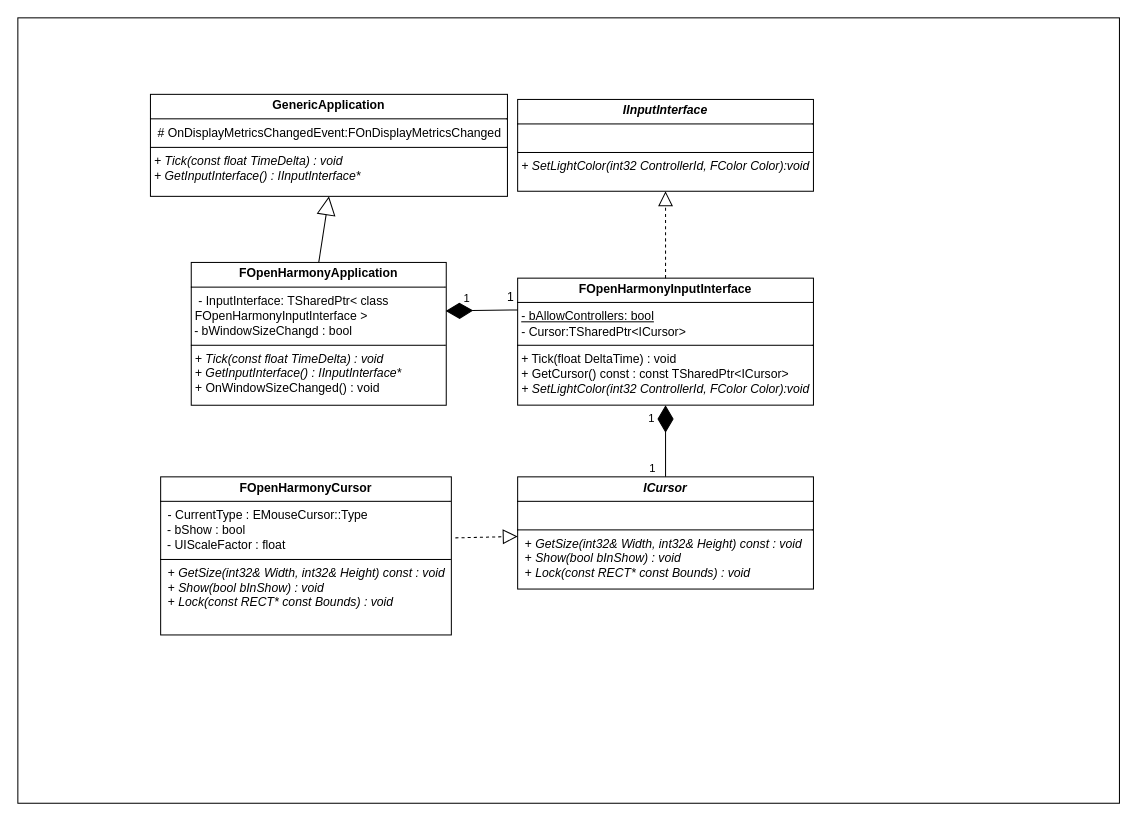
The draw.io diagram page "第 8 页" (8 of 9) of 未命名绘图.drawio in xiqiniu/xiqiniu.github.io, before the edit. Source tidied: cells renumbered, new cells numbered last; positions are measured from the earlier drawing's top-left corner, leaving out a move shared by most shapes. Both pictures are drawn from the tidied source at 102%, with x=0, y=0 at pixel (17, 17).
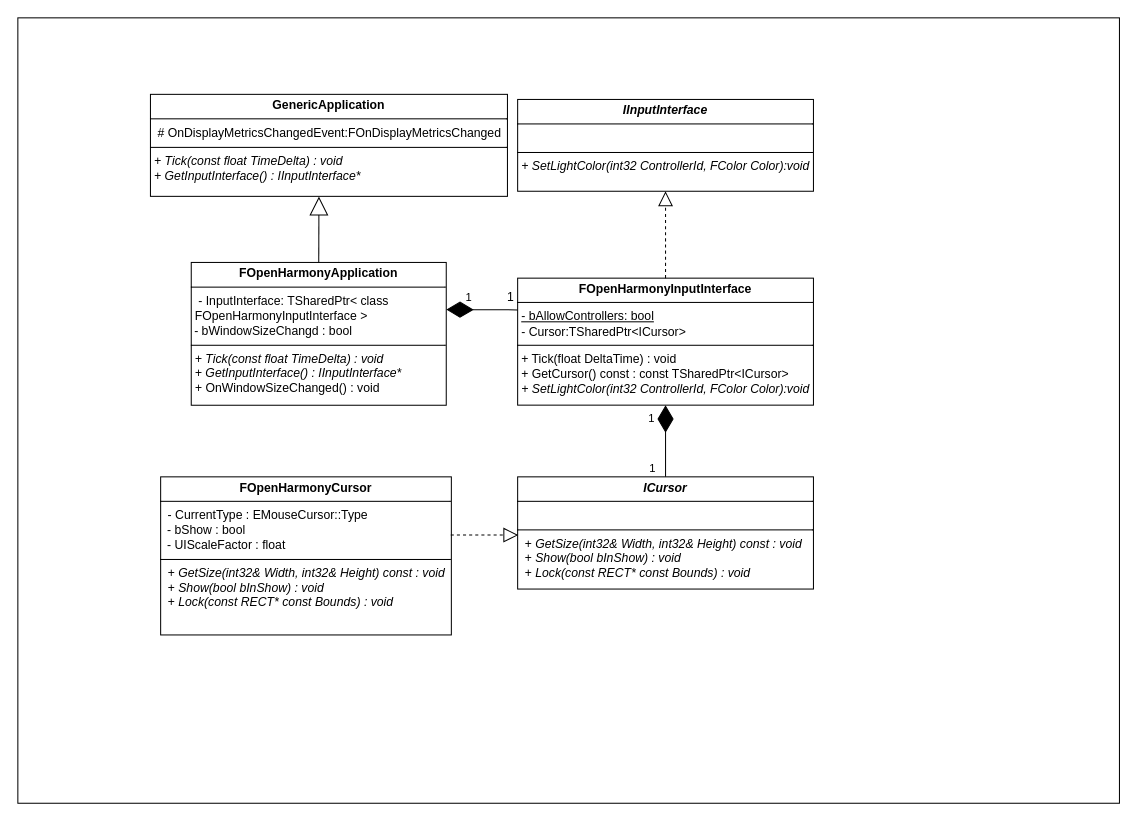
The same diagram, later.

Unchanged cells that the change refers to:
```xml
<mxCell id="3" value="&lt;p style=&quot;margin:0px;margin-top:4px;text-align:center;&quot;&gt;&lt;font&gt;&lt;b&gt;FOpenHarmonyApplication&lt;/b&gt;&lt;br&gt;&lt;/font&gt;&lt;/p&gt;&lt;hr style=&quot;border-style:solid;&quot; size=&quot;1&quot;&gt;&lt;p style=&quot;margin:0px;margin-left:4px;&quot;&gt;&lt;span style=&quot;background-color: initial;&quot;&gt;&amp;nbsp;- InputInterface:&amp;nbsp;TSharedPtr&amp;lt; class FOpenHarmonyInputInterface &amp;gt;&lt;/span&gt;&lt;br&gt;&lt;/p&gt;&lt;div&gt;&lt;div&gt;&lt;font&gt;&amp;nbsp;- bWindowSizeChangd : bool&lt;/font&gt;&lt;/div&gt;&lt;/div&gt;&lt;hr style=&quot;border-style:solid;&quot; size=&quot;1&quot;&gt;&lt;p style=&quot;margin:0px;margin-left:4px;&quot;&gt;&lt;i&gt;&lt;font&gt;+ Tick(const float TimeDelta) : void&lt;/font&gt;&lt;/i&gt;&lt;/p&gt;&lt;p style=&quot;margin:0px;margin-left:4px;&quot;&gt;&lt;i&gt;&lt;font&gt;+ GetInputInterface() : IInputInterface*&lt;/font&gt;&lt;/i&gt;&lt;/p&gt;&lt;p style=&quot;margin:0px;margin-left:4px;&quot;&gt;&lt;font&gt;&lt;i style=&quot;&quot;&gt;+&lt;/i&gt;&lt;span style=&quot;background-color: initial;&quot;&gt;&amp;nbsp;OnWindowSizeChanged() : void&lt;/span&gt;&lt;/font&gt;&lt;/p&gt;" style="verticalAlign=top;align=left;overflow=fill;html=1;whiteSpace=wrap;fontFamily=Helvetica;" parent="1" vertex="1">
  <mxGeometry x="170" y="239.8" width="250" height="140" as="geometry" />
</mxCell>
<mxCell id="4" value="&lt;p style=&quot;margin:0px;margin-top:4px;text-align:center;&quot;&gt;&lt;span style=&quot;font-weight: 700;&quot;&gt;FOpenHarmonyCursor&lt;/span&gt;&lt;br&gt;&lt;/p&gt;&lt;hr style=&quot;border-style:solid;&quot; size=&quot;1&quot;&gt;&lt;p style=&quot;margin:0px;margin-left:4px;&quot;&gt;&amp;nbsp;- CurrentType : EMouseCursor::Type&amp;nbsp;&lt;/p&gt;&lt;div&gt;&amp;nbsp; - bShow : bool&amp;nbsp;&lt;/div&gt;&lt;div&gt;&amp;nbsp; - UIScaleFactor : float&lt;/div&gt;&lt;hr style=&quot;border-style:solid;&quot; size=&quot;1&quot;&gt;&lt;p style=&quot;margin:0px;margin-left:4px;&quot;&gt;&lt;i&gt;&amp;nbsp;+ GetSize(int32&amp;amp; Width, int32&amp;amp; Height) const : void&lt;/i&gt;&lt;/p&gt;&lt;p style=&quot;margin:0px;margin-left:4px;&quot;&gt;&lt;i&gt;&amp;nbsp;+ Show(bool bInShow) : void&lt;/i&gt;&lt;/p&gt;&lt;p style=&quot;margin:0px;margin-left:4px;&quot;&gt;&lt;i&gt;&amp;nbsp;+ Lock(const RECT* const Bounds) : void&lt;/i&gt;&lt;/p&gt;" style="verticalAlign=top;align=left;overflow=fill;html=1;whiteSpace=wrap;fontFamily=Helvetica;" parent="1" vertex="1">
  <mxGeometry x="140" y="450" width="285" height="155" as="geometry" />
</mxCell>
<mxCell id="5" value="&lt;p style=&quot;margin:0px;margin-top:4px;text-align:center;&quot;&gt;&lt;b&gt;FOpenHarmonyInputInterface&lt;/b&gt;&lt;br&gt;&lt;/p&gt;&lt;hr style=&quot;border-style:solid;&quot; size=&quot;1&quot;&gt;&lt;p style=&quot;margin:0px;margin-left:4px;&quot;&gt;&lt;u&gt;- bAllowControllers: bool&lt;/u&gt;&lt;/p&gt;&lt;p style=&quot;margin:0px;margin-left:4px;&quot;&gt;- Cursor:TSharedPtr&amp;lt;ICursor&amp;gt;&lt;/p&gt;&lt;hr style=&quot;border-style:solid;&quot; size=&quot;1&quot;&gt;&lt;p style=&quot;margin:0px;margin-left:4px;&quot;&gt;+ Tick(float DeltaTime) : void&lt;/p&gt;&lt;p style=&quot;margin:0px;margin-left:4px;&quot;&gt;+ GetCursor() const : const TSharedPtr&amp;lt;ICursor&amp;gt;&lt;/p&gt;&lt;p style=&quot;margin:0px;margin-left:4px;&quot;&gt;&lt;i&gt;+ SetLightColor(int32 ControllerId, FColor Color):void&lt;/i&gt;&lt;br&gt;&lt;/p&gt;" style="verticalAlign=top;align=left;overflow=fill;html=1;whiteSpace=wrap;fontFamily=Helvetica;" parent="1" vertex="1">
  <mxGeometry x="490" y="255.2" width="290" height="124.5" as="geometry" />
</mxCell>
<mxCell id="6" value="&lt;p style=&quot;margin:0px;margin-top:4px;text-align:center;&quot;&gt;&lt;font&gt;&lt;b&gt;GenericApplication&lt;/b&gt;&lt;br&gt;&lt;/font&gt;&lt;/p&gt;&lt;hr style=&quot;border-style:solid;&quot; size=&quot;1&quot;&gt;&lt;p style=&quot;margin:0px;margin-left:4px;&quot;&gt;&amp;nbsp;#&amp;nbsp;OnDisplayMetricsChangedEvent:FOnDisplayMetricsChanged&lt;/p&gt;&lt;hr style=&quot;border-style:solid;&quot; size=&quot;1&quot;&gt;&lt;p style=&quot;margin:0px;margin-left:4px;&quot;&gt;&lt;i&gt;&lt;font&gt;+ Tick(const float TimeDelta) : void&lt;/font&gt;&lt;/i&gt;&lt;/p&gt;&lt;p style=&quot;margin:0px;margin-left:4px;&quot;&gt;&lt;i&gt;&lt;font&gt;+ GetInputInterface() : IInputInterface*&lt;/font&gt;&lt;/i&gt;&lt;/p&gt;&lt;p style=&quot;margin:0px;margin-left:4px;&quot;&gt;&lt;br&gt;&lt;/p&gt;" style="verticalAlign=top;align=left;overflow=fill;html=1;whiteSpace=wrap;fontFamily=Helvetica;" parent="1" vertex="1">
  <mxGeometry x="130" y="75" width="350" height="100" as="geometry" />
</mxCell>
<mxCell id="8" value="&lt;p style=&quot;margin:0px;margin-top:4px;text-align:center;&quot;&gt;&lt;span style=&quot;font-weight: 700;&quot;&gt;&lt;i&gt;ICursor&lt;/i&gt;&lt;/span&gt;&lt;br&gt;&lt;/p&gt;&lt;hr style=&quot;border-style:solid;&quot; size=&quot;1&quot;&gt;&lt;p style=&quot;margin:0px;margin-left:4px;&quot;&gt;&lt;br&gt;&lt;/p&gt;&lt;hr style=&quot;border-style:solid;&quot; size=&quot;1&quot;&gt;&lt;p style=&quot;margin:0px;margin-left:4px;&quot;&gt;&lt;i&gt;&amp;nbsp;+ GetSize(int32&amp;amp; Width, int32&amp;amp; Height) const : void&lt;/i&gt;&lt;/p&gt;&lt;p style=&quot;margin:0px;margin-left:4px;&quot;&gt;&lt;i&gt;&amp;nbsp;+ Show(bool bInShow) : void&lt;/i&gt;&lt;/p&gt;&lt;p style=&quot;margin:0px;margin-left:4px;&quot;&gt;&lt;i&gt;&amp;nbsp;+ Lock(const RECT* const Bounds) : void&lt;/i&gt;&lt;/p&gt;" style="verticalAlign=top;align=left;overflow=fill;html=1;whiteSpace=wrap;fontFamily=Helvetica;" parent="1" vertex="1">
  <mxGeometry x="490" y="450" width="290" height="110" as="geometry" />
</mxCell>
```

Diff of the diagram source:
```diff
@@
-    <mxCell id="9" style="endArrow=block;endSize=16;endFill=0;html=1;rounded=0;exitX=0.5;exitY=0;exitDx=0;exitDy=0;entryX=0.5;entryY=1;entryDx=0;entryDy=0;" parent="1" edge="1" source="3" target="6">
+    <mxCell id="9" style="endArrow=block;endSize=16;endFill=0;html=1;rounded=0;exitX=0.5;exitY=0;exitDx=0;exitDy=0;entryX=0.472;entryY=1.002;entryDx=0;entryDy=0;entryPerimeter=0;" parent="1" edge="1" source="3" target="6">
       <mxGeometry relative="1" as="geometry" />
     </mxCell>
-    <mxCell id="10" style="endArrow=diamondThin;endFill=1;endSize=24;html=1;rounded=0;entryX=0.998;entryY=0.34;entryDx=0;entryDy=0;entryPerimeter=0;exitX=0;exitY=0.25;exitDx=0;exitDy=0;" parent="1" edge="1" source="5" target="3">
-      <mxGeometry relative="1" as="geometry" />
+    <mxCell id="10" style="endArrow=diamondThin;endFill=1;endSize=24;html=1;rounded=0;exitX=0;exitY=0.25;exitDx=0;exitDy=0;" parent="1" edge="1" source="5">
+      <mxGeometry relative="1" as="geometry">
+        <mxPoint x="420" y="286" as="targetPoint" />
+      </mxGeometry>
     </mxCell>
@@
-    <mxCell id="12" style="endArrow=diamondThin;endFill=1;endSize=24;html=1;rounded=0;exitX=0.5;exitY=0;exitDx=0;exitDy=0;" parent="1" edge="1" source="8" target="5">
+    <mxCell id="12" style="endArrow=diamondThin;endFill=1;endSize=24;html=1;rounded=0;exitX=0.5;exitY=0;exitDx=0;exitDy=0;entryX=0.5;entryY=1;entryDx=0;entryDy=0;" parent="1" edge="1" source="8" target="5">
       <mxGeometry relative="1" as="geometry" />
     </mxCell>
@@
-    <mxCell id="17" style="endArrow=block;dashed=1;endFill=0;endSize=12;html=1;rounded=0;exitX=1.014;exitY=0.386;exitDx=0;exitDy=0;exitPerimeter=0;" parent="1" edge="1" source="4" target="8">
+    <mxCell id="17" style="endArrow=block;dashed=1;endFill=0;endSize=12;html=1;rounded=0;entryX=0.002;entryY=0.519;entryDx=0;entryDy=0;entryPerimeter=0;exitX=0.998;exitY=0.368;exitDx=0;exitDy=0;exitPerimeter=0;" parent="1" edge="1" source="4" target="8">
       <mxGeometry relative="1" as="geometry" />
     </mxCell>
```
